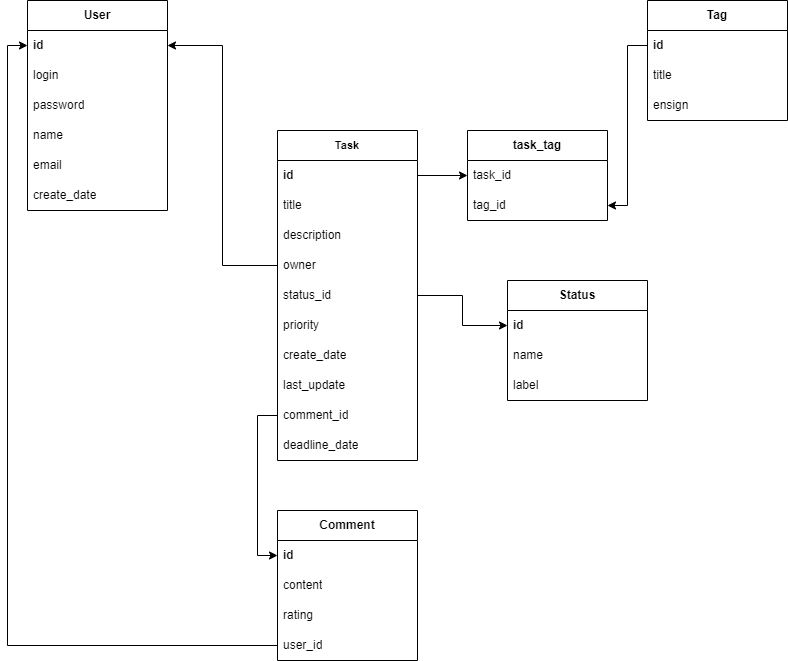
Earlier version of the draw.io export db_schema.drawio.png (dmitrijgashuk/Task_Manager). Source tidied: cells renumbered, new cells last; positions are measured from the earlier drawing's top-left corner, leaving out a move shared by most shapes.
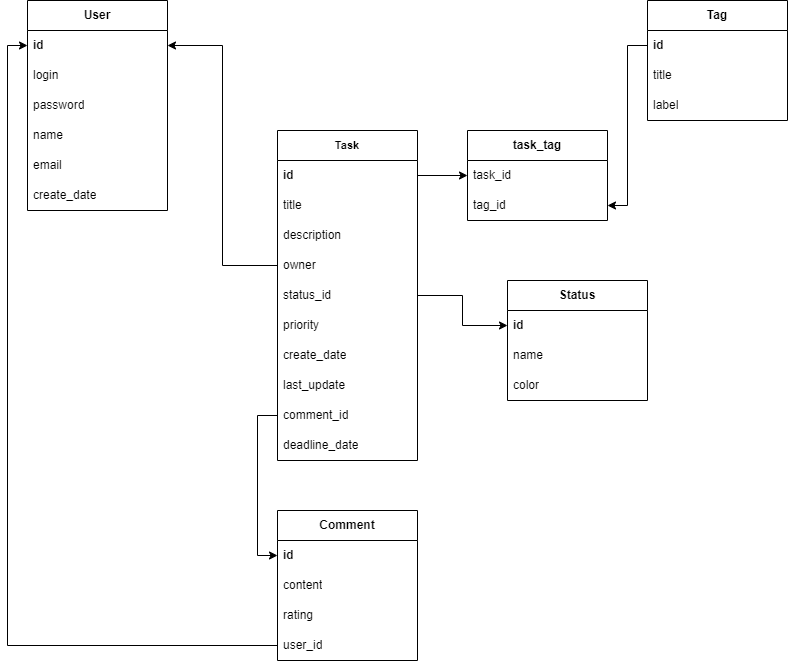
Later version of the same file.

What changed in the source:
```diff
@@ -80,7 +80,7 @@
     <mxCell id="27" value="title" style="text;strokeColor=none;fillColor=none;align=left;verticalAlign=middle;spacingLeft=4;spacingRight=4;overflow=hidden;whiteSpace=wrap;html=1;" parent="25" vertex="1">
       <mxGeometry y="60" width="140" height="30" as="geometry" />
     </mxCell>
-    <mxCell id="28" value="ensign" style="text;strokeColor=none;fillColor=none;align=left;verticalAlign=middle;spacingLeft=4;spacingRight=4;overflow=hidden;whiteSpace=wrap;html=1;" parent="25" vertex="1">
+    <mxCell id="28" value="label" style="text;strokeColor=none;fillColor=none;align=left;verticalAlign=middle;spacingLeft=4;spacingRight=4;overflow=hidden;whiteSpace=wrap;html=1;" parent="25" vertex="1">
       <mxGeometry y="90" width="140" height="30" as="geometry" />
     </mxCell>
     <mxCell id="29" value="task_tag" style="swimlane;fontStyle=1;horizontal=1;startSize=30;whiteSpace=wrap;html=1;fontSize=12;" parent="1" vertex="1">
@@ -116,7 +116,7 @@
     <mxCell id="39" value="name" style="text;strokeColor=none;fillColor=none;align=left;verticalAlign=middle;spacingLeft=4;spacingRight=4;overflow=hidden;whiteSpace=wrap;html=1;" parent="37" vertex="1">
       <mxGeometry y="60" width="140" height="30" as="geometry" />
     </mxCell>
-    <mxCell id="40" value="label" style="text;strokeColor=none;fillColor=none;align=left;verticalAlign=middle;spacingLeft=4;spacingRight=4;overflow=hidden;whiteSpace=wrap;html=1;" parent="37" vertex="1">
+    <mxCell id="40" value="color" style="text;strokeColor=none;fillColor=none;align=left;verticalAlign=middle;spacingLeft=4;spacingRight=4;overflow=hidden;whiteSpace=wrap;html=1;" parent="37" vertex="1">
       <mxGeometry y="90" width="140" height="30" as="geometry" />
     </mxCell>
     <mxCell id="41" style="edgeStyle=orthogonalEdgeStyle;rounded=0;jettySize=auto;html=1;" parent="1" edge="1" source="14" target="38">
```
